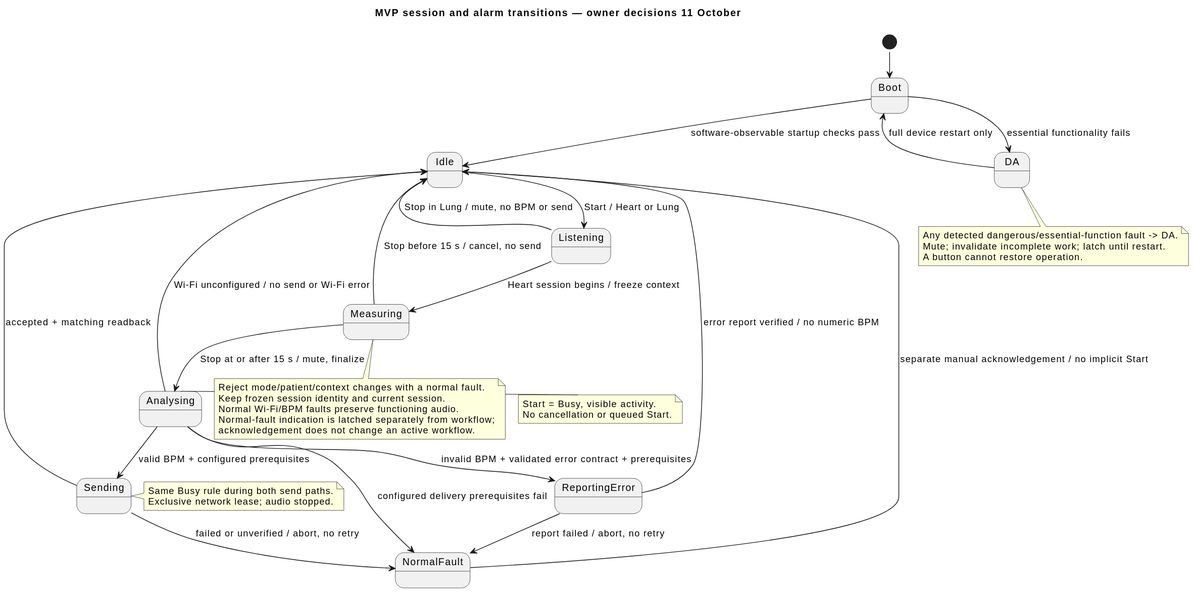
The PlantUML diagram Development/system/architecture/rendered/mvp_session_state.svg in DemonicPsychoII/DigitalStethoscope, before a commit.
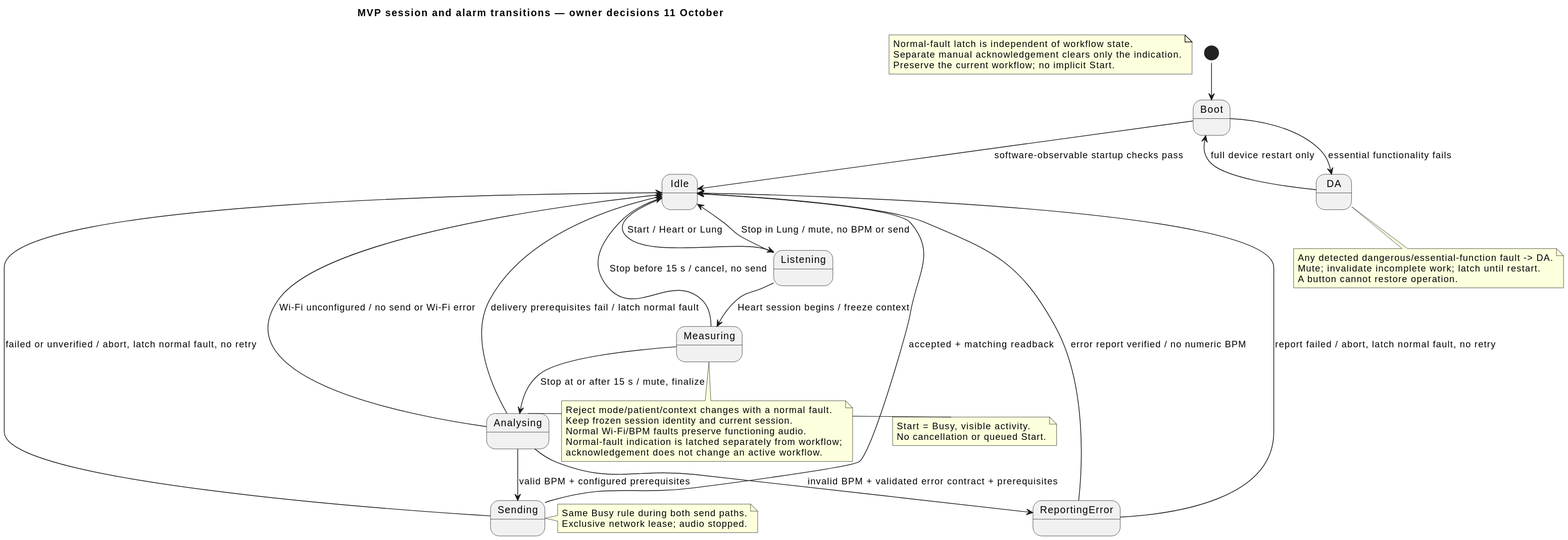
Above is the later version.

Commit message:
Clarify Stop finalization and independent alarm state

Change to the diagram source:
```diff
@@ -14,12 +14,16 @@
 Analysing --> Sending : valid BPM + configured prerequisites
 Analysing --> ReportingError : invalid BPM + validated error contract + prerequisites
 Analysing --> Idle : Wi-Fi unconfigured / no send or Wi-Fi error
-Analysing --> NormalFault : configured delivery prerequisites fail
+Analysing --> Idle : delivery prerequisites fail / latch normal fault
 Sending --> Idle : accepted + matching readback
-Sending --> NormalFault : failed or unverified / abort, no retry
+Sending --> Idle : failed or unverified / abort, latch normal fault, no retry
 ReportingError --> Idle : error report verified / no numeric BPM
-ReportingError --> NormalFault : report failed / abort, no retry
-NormalFault --> Idle : separate manual acknowledgement / no implicit Start
+ReportingError --> Idle : report failed / abort, latch normal fault, no retry
+note as NormalFaultIndication
+  Normal-fault latch is independent of workflow state.
+  Separate manual acknowledgement clears only the indication.
+  Preserve the current workflow; no implicit Start.
+end note
 DA --> Boot : full device restart only
 note right of Analysing
   Start = Busy, visible activity.
```
